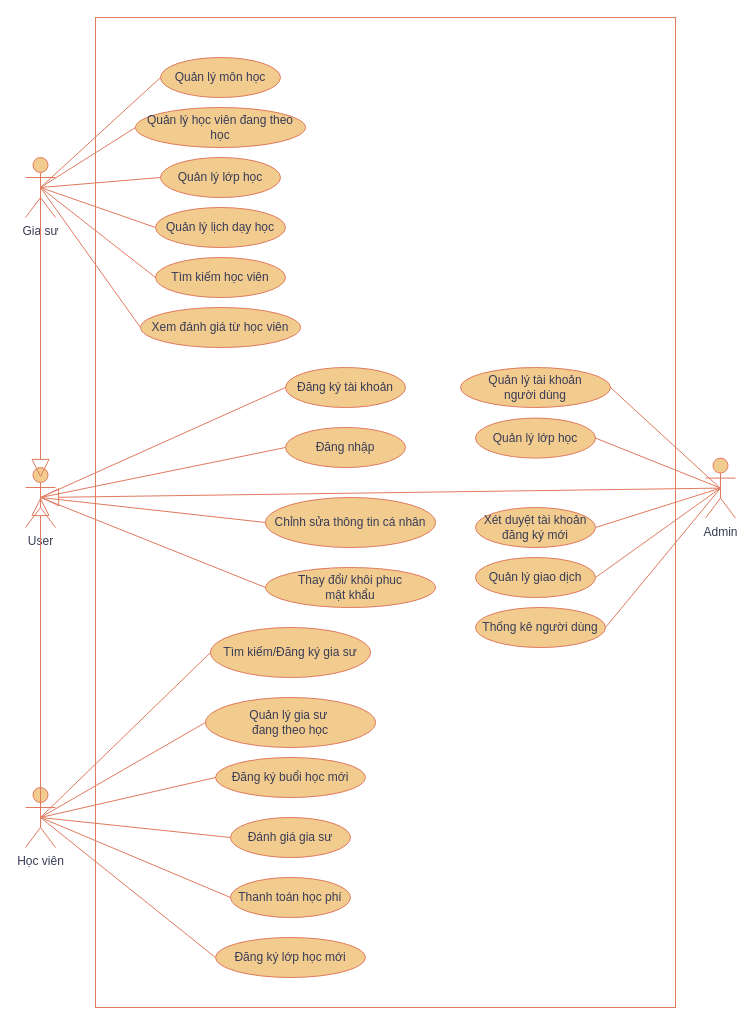
Before: Uses_case_diagram.drawio in ayafullcrit/menu, a draw.io diagram. Source tidied: cells renumbered, new cells numbered last; positions are measured from the earlier drawing's top-left corner, leaving out a move shared by most shapes. Both pictures are drawn from the tidied source at 100%, with x=0, y=0 at pixel (25, 17).
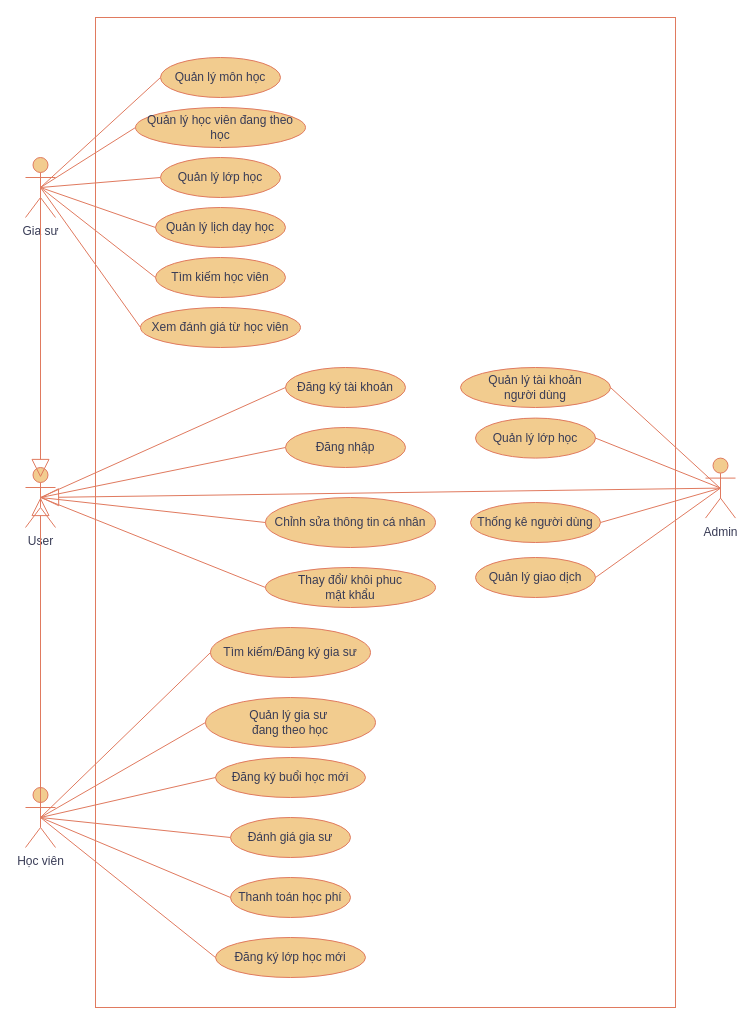
The same page after the edit.

Unchanged cells that the change refers to:
```xml
<mxCell id="4" value="&lt;div&gt;Admin&lt;/div&gt;&lt;div&gt;&lt;br&gt;&lt;/div&gt;" style="shape=umlActor;verticalLabelPosition=bottom;verticalAlign=top;html=1;outlineConnect=0;labelBackgroundColor=none;fillColor=#F2CC8F;strokeColor=#E07A5F;fontColor=#393C56;" parent="1" vertex="1">
  <mxGeometry x="680" y="440.6" width="30" height="60" as="geometry" />
</mxCell>
```

The edit, as a diff of the source:
```diff
@@
-    <mxCell id="41" value="Xét duyệt tài khoản&lt;br&gt;đăng ký mới" style="ellipse;whiteSpace=wrap;html=1;labelBackgroundColor=none;fillColor=#F2CC8F;strokeColor=#E07A5F;fontColor=#393C56;" parent="1" vertex="1">
-      <mxGeometry x="450" y="490" width="120" height="40" as="geometry" />
-    </mxCell>
@@
     <mxCell id="43" value="Thống kê người dùng" style="ellipse;whiteSpace=wrap;html=1;labelBackgroundColor=none;fillColor=#F2CC8F;strokeColor=#E07A5F;fontColor=#393C56;" parent="1" vertex="1">
-      <mxGeometry x="450" y="590" width="130" height="40" as="geometry" />
+      <mxGeometry x="445" y="485" width="130" height="40" as="geometry" />
     </mxCell>
@@
-    <mxCell id="46" style="endArrow=none;html=1;rounded=0;exitX=1;exitY=0.5;exitDx=0;exitDy=0;entryX=0.5;entryY=0.5;entryDx=0;entryDy=0;entryPerimeter=0;labelBackgroundColor=none;fontColor=default;strokeColor=#E07A5F;" parent="1" edge="1" source="41" target="4">
-      <mxGeometry relative="1" as="geometry" />
-    </mxCell>
```
